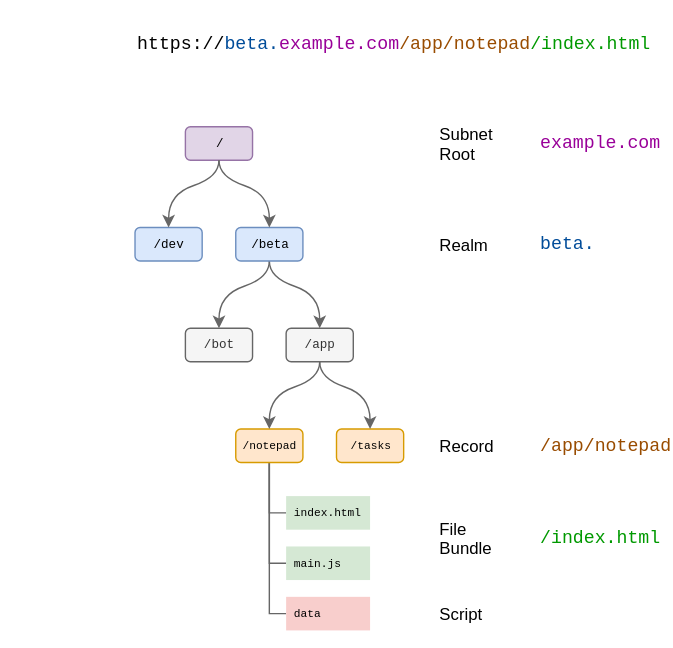
dxos/dxos keeps this draw.io diagram as docs/design/diagrams/dmg-tree.drawio.svg. Above is the earlier version. Source tidied: cells renumbered, new cells last; positions are measured from the earlier drawing's top-left corner, leaving out a move shared by most shapes. The source it was exported from:
```xml
<mxGraphModel>
  <root>
    <mxCell id="0" />
    <mxCell id="1" parent="0" />
    <mxCell id="2" value="/" style="rounded=1;whiteSpace=wrap;html=1;fontFamily=Courier New;fillColor=#e1d5e7;strokeColor=#9673a6;fontSize=9;" parent="1" vertex="1">
      <mxGeometry x="132" y="90" width="48" height="24" as="geometry" />
    </mxCell>
    <mxCell id="3" value="/dev" style="rounded=1;whiteSpace=wrap;html=1;fontFamily=Courier New;fillColor=#dae8fc;strokeColor=#6c8ebf;fontSize=9;" parent="1" vertex="1">
      <mxGeometry x="96" y="162" width="48" height="24" as="geometry" />
    </mxCell>
    <mxCell id="4" style="edgeStyle=none;curved=1;jettySize=auto;html=1;exitX=0.5;exitY=1;exitDx=0;exitDy=0;entryX=0.5;entryY=0;entryDx=0;entryDy=0;fontFamily=Courier New;fontSize=9;fillColor=#f5f5f5;strokeColor=#666666;" parent="1" edge="1" source="6" target="7">
      <mxGeometry relative="1" as="geometry">
        <Array as="points">
          <mxPoint x="192" y="198" />
          <mxPoint x="156" y="210" />
        </Array>
      </mxGeometry>
    </mxCell>
    <mxCell id="5" style="edgeStyle=none;curved=1;jettySize=auto;html=1;exitX=0.5;exitY=1;exitDx=0;exitDy=0;entryX=0.5;entryY=0;entryDx=0;entryDy=0;fontFamily=Courier New;fontSize=9;fillColor=#f5f5f5;strokeColor=#666666;" parent="1" edge="1" source="6" target="8">
      <mxGeometry relative="1" as="geometry">
        <Array as="points">
          <mxPoint x="192" y="198" />
          <mxPoint x="228" y="210" />
        </Array>
      </mxGeometry>
    </mxCell>
    <mxCell id="6" value="/beta" style="rounded=1;whiteSpace=wrap;html=1;fontFamily=Courier New;fillColor=#dae8fc;strokeColor=#6c8ebf;fontSize=9;" parent="1" vertex="1">
      <mxGeometry x="168" y="162" width="48" height="24" as="geometry" />
    </mxCell>
    <mxCell id="7" value="/bot" style="rounded=1;whiteSpace=wrap;html=1;fontFamily=Courier New;fillColor=#f5f5f5;strokeColor=#666666;fontColor=#333333;fontSize=9;" parent="1" vertex="1">
      <mxGeometry x="132" y="234" width="48" height="24" as="geometry" />
    </mxCell>
    <mxCell id="8" value="/app" style="rounded=1;whiteSpace=wrap;html=1;fontFamily=Courier New;fillColor=#f5f5f5;strokeColor=#666666;fontColor=#333333;fontSize=9;" parent="1" vertex="1">
      <mxGeometry x="204" y="234" width="48" height="24" as="geometry" />
    </mxCell>
    <mxCell id="9" style="edgeStyle=orthogonalEdgeStyle;jettySize=auto;html=1;exitX=0.5;exitY=1;exitDx=0;exitDy=0;entryX=0;entryY=0.5;entryDx=0;entryDy=0;fontFamily=Courier New;fontSize=9;rounded=0;endArrow=none;endFill=0;fillColor=#f5f5f5;strokeColor=#666666;" parent="1" edge="1" source="12" target="15">
      <mxGeometry relative="1" as="geometry">
        <Array as="points">
          <mxPoint x="192" y="402" />
        </Array>
      </mxGeometry>
    </mxCell>
    <mxCell id="10" style="edgeStyle=orthogonalEdgeStyle;rounded=0;jettySize=auto;html=1;exitX=0.5;exitY=1;exitDx=0;exitDy=0;entryX=0;entryY=0.5;entryDx=0;entryDy=0;fontFamily=Courier New;fontSize=9;endArrow=none;endFill=0;fillColor=#f5f5f5;strokeColor=#666666;" parent="1" edge="1" source="12" target="14">
      <mxGeometry relative="1" as="geometry">
        <Array as="points">
          <mxPoint x="192" y="366" />
        </Array>
      </mxGeometry>
    </mxCell>
    <mxCell id="11" style="edgeStyle=orthogonalEdgeStyle;rounded=0;jettySize=auto;html=1;exitX=0.5;exitY=1;exitDx=0;exitDy=0;entryX=0;entryY=0.5;entryDx=0;entryDy=0;endArrow=none;endFill=0;fontFamily=Courier New;fontSize=9;fillColor=#f5f5f5;strokeColor=#666666;" parent="1" edge="1" source="12" target="18">
      <mxGeometry relative="1" as="geometry">
        <Array as="points">
          <mxPoint x="192" y="438" />
        </Array>
      </mxGeometry>
    </mxCell>
    <mxCell id="12" value="/notepad" style="rounded=1;whiteSpace=wrap;html=1;fontFamily=Courier New;fillColor=#ffe6cc;strokeColor=#d79b00;fontSize=8;" parent="1" vertex="1">
      <mxGeometry x="168" y="306" width="48" height="24" as="geometry" />
    </mxCell>
    <mxCell id="13" value="/tasks" style="rounded=1;whiteSpace=wrap;html=1;fontFamily=Courier New;fillColor=#ffe6cc;strokeColor=#d79b00;fontSize=8;" parent="1" vertex="1">
      <mxGeometry x="240" y="306" width="48" height="24" as="geometry" />
    </mxCell>
    <mxCell id="14" value="index.html" style="rounded=0;whiteSpace=wrap;html=1;fontFamily=Courier New;fontSize=8;fillColor=#d5e8d4;strokeColor=none;align=left;spacingLeft=4;" parent="1" vertex="1">
      <mxGeometry x="204" y="354" width="60" height="24" as="geometry" />
    </mxCell>
    <mxCell id="15" value="main.js" style="rounded=0;whiteSpace=wrap;html=1;fontFamily=Courier New;fontSize=8;fillColor=#d5e8d4;strokeColor=none;align=left;spacingLeft=4;" parent="1" vertex="1">
      <mxGeometry x="204" y="390" width="60" height="24" as="geometry" />
    </mxCell>
    <mxCell id="16" style="edgeStyle=none;curved=1;orthogonalLoop=1;jettySize=auto;html=1;exitX=0.5;exitY=1;exitDx=0;exitDy=0;entryX=0.5;entryY=0;entryDx=0;entryDy=0;fontFamily=Courier New;fontSize=9;fillColor=#f5f5f5;strokeColor=#666666;" parent="1" edge="1">
      <mxGeometry relative="1" as="geometry">
        <mxPoint x="156" y="114" as="sourcePoint" />
        <mxPoint x="120" y="162" as="targetPoint" />
        <Array as="points">
          <mxPoint x="156" y="126" />
          <mxPoint x="120" y="138" />
        </Array>
      </mxGeometry>
    </mxCell>
    <mxCell id="17" style="edgeStyle=none;curved=1;orthogonalLoop=1;jettySize=auto;html=1;exitX=0.5;exitY=1;exitDx=0;exitDy=0;entryX=0.5;entryY=0;entryDx=0;entryDy=0;fontFamily=Courier New;fontSize=9;fillColor=#f5f5f5;strokeColor=#666666;" parent="1" edge="1">
      <mxGeometry relative="1" as="geometry">
        <mxPoint x="156" y="114" as="sourcePoint" />
        <mxPoint x="192" y="162" as="targetPoint" />
        <Array as="points">
          <mxPoint x="156" y="126" />
          <mxPoint x="192" y="138" />
        </Array>
      </mxGeometry>
    </mxCell>
    <mxCell id="18" value="data" style="rounded=0;whiteSpace=wrap;html=1;fontFamily=Courier New;fontSize=8;fillColor=#f8cecc;strokeColor=none;align=left;spacingLeft=4;" parent="1" vertex="1">
      <mxGeometry x="204" y="426" width="60" height="24" as="geometry" />
    </mxCell>
    <mxCell id="19" style="edgeStyle=none;curved=1;orthogonalLoop=1;jettySize=auto;html=1;exitX=0.5;exitY=1;exitDx=0;exitDy=0;entryX=0.5;entryY=0;entryDx=0;entryDy=0;fontFamily=Courier New;fontSize=9;fillColor=#f5f5f5;strokeColor=#666666;" parent="1" edge="1">
      <mxGeometry relative="1" as="geometry">
        <mxPoint x="228" y="258" as="sourcePoint" />
        <mxPoint x="192" y="306" as="targetPoint" />
        <Array as="points">
          <mxPoint x="228" y="270" />
          <mxPoint x="192" y="282" />
        </Array>
      </mxGeometry>
    </mxCell>
    <mxCell id="20" style="edgeStyle=none;curved=1;orthogonalLoop=1;jettySize=auto;html=1;exitX=0.5;exitY=1;exitDx=0;exitDy=0;entryX=0.5;entryY=0;entryDx=0;entryDy=0;fontFamily=Courier New;fontSize=9;fillColor=#f5f5f5;strokeColor=#666666;" parent="1" edge="1">
      <mxGeometry relative="1" as="geometry">
        <mxPoint x="228" y="258" as="sourcePoint" />
        <mxPoint x="264" y="306" as="targetPoint" />
        <Array as="points">
          <mxPoint x="228" y="270" />
          <mxPoint x="264" y="282" />
        </Array>
      </mxGeometry>
    </mxCell>
    <mxCell id="21" value="Realm" style="rounded=0;whiteSpace=wrap;html=1;fontFamily=Helvetica;fontSize=12;align=left;fillColor=#ffffff;strokeColor=none;" parent="1" vertex="1">
      <mxGeometry x="312" y="150" width="72" height="48" as="geometry" />
    </mxCell>
    <mxCell id="22" value="Record" style="rounded=0;whiteSpace=wrap;html=1;fontFamily=Helvetica;fontSize=12;align=left;fillColor=#ffffff;strokeColor=none;" parent="1" vertex="1">
      <mxGeometry x="312" y="282" width="72" height="72" as="geometry" />
    </mxCell>
    <mxCell id="23" value="File&lt;br&gt;Bundle" style="rounded=0;whiteSpace=wrap;html=1;fontFamily=Helvetica;fontSize=12;align=left;fillColor=#ffffff;strokeColor=none;" parent="1" vertex="1">
      <mxGeometry x="312" y="354" width="72" height="60" as="geometry" />
    </mxCell>
    <mxCell id="24" value="Script" style="rounded=0;whiteSpace=wrap;html=1;fontFamily=Helvetica;fontSize=12;align=left;fillColor=#ffffff;strokeColor=none;" parent="1" vertex="1">
      <mxGeometry x="312" y="414" width="72" height="48" as="geometry" />
    </mxCell>
    <mxCell id="25" value="Subnet&lt;br&gt;Root" style="rounded=0;whiteSpace=wrap;html=1;fontFamily=Helvetica;fontSize=12;align=left;fillColor=#ffffff;strokeColor=none;" parent="1" vertex="1">
      <mxGeometry x="312" y="78" width="72" height="48" as="geometry" />
    </mxCell>
    <mxCell id="26" value="&lt;span style=&quot;color: rgb(153 , 0 , 153) ; font-size: 13px&quot;&gt;example.com&lt;/span&gt;" style="rounded=0;whiteSpace=wrap;html=1;fontFamily=Courier New;fontSize=12;align=left;fillColor=#ffffff;strokeColor=none;" parent="1" vertex="1">
      <mxGeometry x="384" y="78" width="96" height="48" as="geometry" />
    </mxCell>
    <mxCell id="27" value="&lt;span style=&quot;color: rgb(153 , 76 , 0) ; font-size: 13px&quot;&gt;/app&lt;/span&gt;&lt;font style=&quot;color: rgb(153 , 76 , 0) ; font-size: 13px&quot;&gt;/notepad&lt;/font&gt;" style="rounded=0;whiteSpace=wrap;html=1;fontFamily=Courier New;fontSize=12;align=left;fillColor=#ffffff;strokeColor=none;" parent="1" vertex="1">
      <mxGeometry x="384" y="294" width="96" height="48" as="geometry" />
    </mxCell>
    <mxCell id="28" value="&lt;span style=&quot;color: rgb(0 , 153 , 0) ; font-size: 13px&quot;&gt;/index.html&lt;/span&gt;" style="rounded=0;whiteSpace=wrap;html=1;fontFamily=Courier New;fontSize=12;align=left;fillColor=#ffffff;strokeColor=none;" parent="1" vertex="1">
      <mxGeometry x="384" y="360" width="96" height="48" as="geometry" />
    </mxCell>
    <mxCell id="29" value="&lt;span style=&quot;color: rgb(0 , 76 , 153) ; font-size: 13px&quot;&gt;beta.&lt;/span&gt;" style="rounded=0;whiteSpace=wrap;html=1;fontFamily=Courier New;fontSize=12;align=left;fillColor=#ffffff;strokeColor=none;" parent="1" vertex="1">
      <mxGeometry x="384" y="150" width="96" height="48" as="geometry" />
    </mxCell>
    <mxCell id="30" style="rounded=0;whiteSpace=wrap;html=1;strokeColor=none;fillColor=#ffffff;" parent="1" vertex="1">
      <mxGeometry width="96" height="60" as="geometry" />
    </mxCell>
    <mxCell id="31" value="https://&lt;font color=&quot;#004c99&quot; style=&quot;font-size: 13px&quot;&gt;beta.&lt;/font&gt;&lt;font color=&quot;#990099&quot; style=&quot;font-size: 13px&quot;&gt;example.com&lt;/font&gt;&lt;font color=&quot;#994c00&quot;&gt;/app&lt;font style=&quot;font-size: 13px&quot;&gt;/notepad&lt;/font&gt;&lt;/font&gt;&lt;font color=&quot;#009900&quot; style=&quot;font-size: 13px&quot;&gt;/index.html&lt;/font&gt;" style="rounded=0;whiteSpace=wrap;html=1;fontFamily=Courier New;fontSize=13;align=left;fillColor=#ffffff;strokeColor=none;spacingLeft=0;" parent="1" vertex="1">
      <mxGeometry x="96" y="6" width="384" height="48" as="geometry" />
    </mxCell>
  </root>
</mxGraphModel>
```
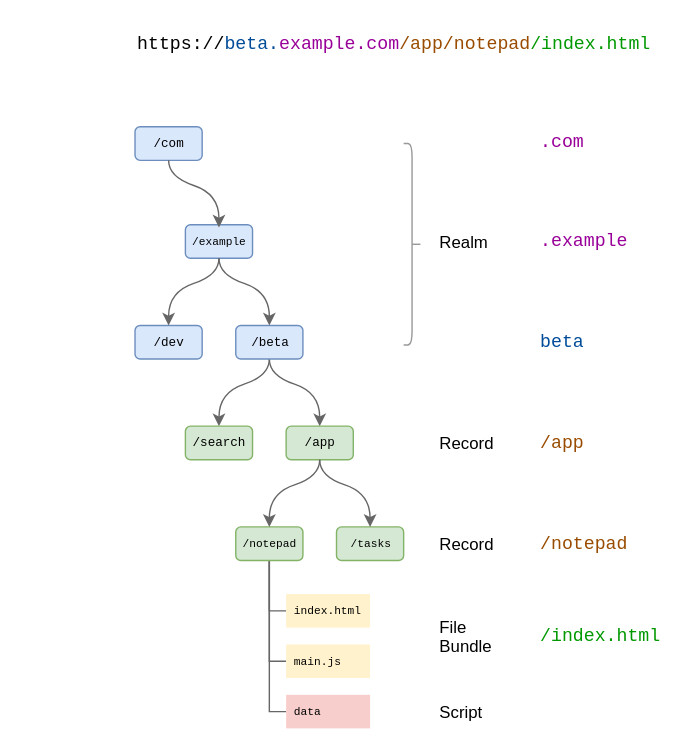
After the change.

What changed in the source:
```diff
@@ -2,7 +2,7 @@
   <root>
     <mxCell id="0" />
     <mxCell id="1" parent="0" />
-    <mxCell id="2" value="/" style="rounded=1;whiteSpace=wrap;html=1;fontFamily=Courier New;fillColor=#e1d5e7;strokeColor=#9673a6;fontSize=9;" parent="1" vertex="1">
+    <mxCell id="2" value="/example" style="rounded=1;whiteSpace=wrap;html=1;fontFamily=Courier New;fillColor=#dae8fc;strokeColor=#6c8ebf;fontSize=8;" parent="1" vertex="1">
       <mxGeometry x="132" y="90" width="48" height="24" as="geometry" />
     </mxCell>
     <mxCell id="3" value="/dev" style="rounded=1;whiteSpace=wrap;html=1;fontFamily=Courier New;fillColor=#dae8fc;strokeColor=#6c8ebf;fontSize=9;" parent="1" vertex="1">
@@ -27,10 +27,10 @@
     <mxCell id="6" value="/beta" style="rounded=1;whiteSpace=wrap;html=1;fontFamily=Courier New;fillColor=#dae8fc;strokeColor=#6c8ebf;fontSize=9;" parent="1" vertex="1">
       <mxGeometry x="168" y="162" width="48" height="24" as="geometry" />
     </mxCell>
-    <mxCell id="7" value="/bot" style="rounded=1;whiteSpace=wrap;html=1;fontFamily=Courier New;fillColor=#f5f5f5;strokeColor=#666666;fontColor=#333333;fontSize=9;" parent="1" vertex="1">
+    <mxCell id="7" value="/search" style="rounded=1;whiteSpace=wrap;html=1;fontFamily=Courier New;fillColor=#d5e8d4;strokeColor=#82b366;fontSize=9;" parent="1" vertex="1">
       <mxGeometry x="132" y="234" width="48" height="24" as="geometry" />
     </mxCell>
-    <mxCell id="8" value="/app" style="rounded=1;whiteSpace=wrap;html=1;fontFamily=Courier New;fillColor=#f5f5f5;strokeColor=#666666;fontColor=#333333;fontSize=9;" parent="1" vertex="1">
+    <mxCell id="8" value="/app" style="rounded=1;whiteSpace=wrap;html=1;fontFamily=Courier New;fillColor=#d5e8d4;strokeColor=#82b366;fontSize=9;" parent="1" vertex="1">
       <mxGeometry x="204" y="234" width="48" height="24" as="geometry" />
     </mxCell>
     <mxCell id="9" style="edgeStyle=orthogonalEdgeStyle;jettySize=auto;html=1;exitX=0.5;exitY=1;exitDx=0;exitDy=0;entryX=0;entryY=0.5;entryDx=0;entryDy=0;fontFamily=Courier New;fontSize=9;rounded=0;endArrow=none;endFill=0;fillColor=#f5f5f5;strokeColor=#666666;" parent="1" edge="1" source="12" target="15">
@@ -54,16 +54,16 @@
         </Array>
       </mxGeometry>
     </mxCell>
-    <mxCell id="12" value="/notepad" style="rounded=1;whiteSpace=wrap;html=1;fontFamily=Courier New;fillColor=#ffe6cc;strokeColor=#d79b00;fontSize=8;" parent="1" vertex="1">
+    <mxCell id="12" value="/notepad" style="rounded=1;whiteSpace=wrap;html=1;fontFamily=Courier New;fillColor=#d5e8d4;strokeColor=#82b366;fontSize=8;" parent="1" vertex="1">
       <mxGeometry x="168" y="306" width="48" height="24" as="geometry" />
     </mxCell>
-    <mxCell id="13" value="/tasks" style="rounded=1;whiteSpace=wrap;html=1;fontFamily=Courier New;fillColor=#ffe6cc;strokeColor=#d79b00;fontSize=8;" parent="1" vertex="1">
+    <mxCell id="13" value="/tasks" style="rounded=1;whiteSpace=wrap;html=1;fontFamily=Courier New;fillColor=#d5e8d4;strokeColor=#82b366;fontSize=8;" parent="1" vertex="1">
       <mxGeometry x="240" y="306" width="48" height="24" as="geometry" />
     </mxCell>
-    <mxCell id="14" value="index.html" style="rounded=0;whiteSpace=wrap;html=1;fontFamily=Courier New;fontSize=8;fillColor=#d5e8d4;strokeColor=none;align=left;spacingLeft=4;" parent="1" vertex="1">
+    <mxCell id="14" value="index.html" style="rounded=0;whiteSpace=wrap;html=1;fontFamily=Courier New;fontSize=8;fillColor=#fff2cc;strokeColor=none;align=left;spacingLeft=4;" parent="1" vertex="1">
       <mxGeometry x="204" y="354" width="60" height="24" as="geometry" />
     </mxCell>
-    <mxCell id="15" value="main.js" style="rounded=0;whiteSpace=wrap;html=1;fontFamily=Courier New;fontSize=8;fillColor=#d5e8d4;strokeColor=none;align=left;spacingLeft=4;" parent="1" vertex="1">
+    <mxCell id="15" value="main.js" style="rounded=0;whiteSpace=wrap;html=1;fontFamily=Courier New;fontSize=8;fillColor=#fff2cc;strokeColor=none;align=left;spacingLeft=4;" parent="1" vertex="1">
       <mxGeometry x="204" y="390" width="60" height="24" as="geometry" />
     </mxCell>
     <mxCell id="16" style="edgeStyle=none;curved=1;orthogonalLoop=1;jettySize=auto;html=1;exitX=0.5;exitY=1;exitDx=0;exitDy=0;entryX=0.5;entryY=0;entryDx=0;entryDy=0;fontFamily=Courier New;fontSize=9;fillColor=#f5f5f5;strokeColor=#666666;" parent="1" edge="1">
@@ -110,7 +110,7 @@
       </mxGeometry>
     </mxCell>
     <mxCell id="21" value="Realm" style="rounded=0;whiteSpace=wrap;html=1;fontFamily=Helvetica;fontSize=12;align=left;fillColor=#ffffff;strokeColor=none;" parent="1" vertex="1">
-      <mxGeometry x="312" y="150" width="72" height="48" as="geometry" />
+      <mxGeometry x="312" y="90.5" width="72" height="24" as="geometry" />
     </mxCell>
     <mxCell id="22" value="Record" style="rounded=0;whiteSpace=wrap;html=1;fontFamily=Helvetica;fontSize=12;align=left;fillColor=#ffffff;strokeColor=none;" parent="1" vertex="1">
       <mxGeometry x="312" y="282" width="72" height="72" as="geometry" />
@@ -121,26 +121,64 @@
     <mxCell id="24" value="Script" style="rounded=0;whiteSpace=wrap;html=1;fontFamily=Helvetica;fontSize=12;align=left;fillColor=#ffffff;strokeColor=none;" parent="1" vertex="1">
       <mxGeometry x="312" y="414" width="72" height="48" as="geometry" />
     </mxCell>
-    <mxCell id="25" value="Subnet&lt;br&gt;Root" style="rounded=0;whiteSpace=wrap;html=1;fontFamily=Helvetica;fontSize=12;align=left;fillColor=#ffffff;strokeColor=none;" parent="1" vertex="1">
-      <mxGeometry x="312" y="78" width="72" height="48" as="geometry" />
-    </mxCell>
-    <mxCell id="26" value="&lt;span style=&quot;color: rgb(153 , 0 , 153) ; font-size: 13px&quot;&gt;example.com&lt;/span&gt;" style="rounded=0;whiteSpace=wrap;html=1;fontFamily=Courier New;fontSize=12;align=left;fillColor=#ffffff;strokeColor=none;" parent="1" vertex="1">
+    <mxCell id="26" value="&lt;span style=&quot;color: rgb(153 , 0 , 153) ; font-size: 13px&quot;&gt;.example&lt;/span&gt;" style="rounded=0;whiteSpace=wrap;html=1;fontFamily=Courier New;fontSize=12;align=left;fillColor=#ffffff;strokeColor=none;" parent="1" vertex="1">
       <mxGeometry x="384" y="78" width="96" height="48" as="geometry" />
     </mxCell>
-    <mxCell id="27" value="&lt;span style=&quot;color: rgb(153 , 76 , 0) ; font-size: 13px&quot;&gt;/app&lt;/span&gt;&lt;font style=&quot;color: rgb(153 , 76 , 0) ; font-size: 13px&quot;&gt;/notepad&lt;/font&gt;" style="rounded=0;whiteSpace=wrap;html=1;fontFamily=Courier New;fontSize=12;align=left;fillColor=#ffffff;strokeColor=none;" parent="1" vertex="1">
+    <mxCell id="27" value="&lt;font style=&quot;color: rgb(153 , 76 , 0) ; font-size: 13px&quot;&gt;/notepad&lt;/font&gt;" style="rounded=0;whiteSpace=wrap;html=1;fontFamily=Courier New;fontSize=12;align=left;fillColor=#ffffff;strokeColor=none;" parent="1" vertex="1">
       <mxGeometry x="384" y="294" width="96" height="48" as="geometry" />
     </mxCell>
     <mxCell id="28" value="&lt;span style=&quot;color: rgb(0 , 153 , 0) ; font-size: 13px&quot;&gt;/index.html&lt;/span&gt;" style="rounded=0;whiteSpace=wrap;html=1;fontFamily=Courier New;fontSize=12;align=left;fillColor=#ffffff;strokeColor=none;" parent="1" vertex="1">
       <mxGeometry x="384" y="360" width="96" height="48" as="geometry" />
     </mxCell>
-    <mxCell id="29" value="&lt;span style=&quot;color: rgb(0 , 76 , 153) ; font-size: 13px&quot;&gt;beta.&lt;/span&gt;" style="rounded=0;whiteSpace=wrap;html=1;fontFamily=Courier New;fontSize=12;align=left;fillColor=#ffffff;strokeColor=none;" parent="1" vertex="1">
+    <mxCell id="29" value="&lt;span style=&quot;color: rgb(0 , 76 , 153) ; font-size: 13px&quot;&gt;beta&lt;/span&gt;" style="rounded=0;whiteSpace=wrap;html=1;fontFamily=Courier New;fontSize=12;align=left;fillColor=#ffffff;strokeColor=none;" parent="1" vertex="1">
       <mxGeometry x="384" y="150" width="96" height="48" as="geometry" />
     </mxCell>
     <mxCell id="30" style="rounded=0;whiteSpace=wrap;html=1;strokeColor=none;fillColor=#ffffff;" parent="1" vertex="1">
-      <mxGeometry width="96" height="60" as="geometry" />
+      <mxGeometry y="-70" width="96" height="60" as="geometry" />
     </mxCell>
     <mxCell id="31" value="https://&lt;font color=&quot;#004c99&quot; style=&quot;font-size: 13px&quot;&gt;beta.&lt;/font&gt;&lt;font color=&quot;#990099&quot; style=&quot;font-size: 13px&quot;&gt;example.com&lt;/font&gt;&lt;font color=&quot;#994c00&quot;&gt;/app&lt;font style=&quot;font-size: 13px&quot;&gt;/notepad&lt;/font&gt;&lt;/font&gt;&lt;font color=&quot;#009900&quot; style=&quot;font-size: 13px&quot;&gt;/index.html&lt;/font&gt;" style="rounded=0;whiteSpace=wrap;html=1;fontFamily=Courier New;fontSize=13;align=left;fillColor=#ffffff;strokeColor=none;spacingLeft=0;" parent="1" vertex="1">
-      <mxGeometry x="96" y="6" width="384" height="48" as="geometry" />
+      <mxGeometry x="96" y="-64" width="384" height="48" as="geometry" />
     </mxCell>
+    <mxCell id="32" value="Record" style="rounded=0;whiteSpace=wrap;html=1;fontFamily=Helvetica;fontSize=12;align=left;fillColor=#ffffff;strokeColor=none;" parent="1" vertex="1">
+      <mxGeometry x="312" y="210" width="72" height="72" as="geometry" />
+    </mxCell>
+    <mxCell id="33" value="&lt;span style=&quot;color: rgb(153 , 76 , 0) ; font-size: 13px&quot;&gt;/app&lt;/span&gt;" style="rounded=0;whiteSpace=wrap;html=1;fontFamily=Courier New;fontSize=12;align=left;fillColor=#ffffff;strokeColor=none;" parent="1" vertex="1">
+      <mxGeometry x="384" y="222" width="96" height="48" as="geometry" />
+    </mxCell>
+    <mxCell id="34" value="/com" style="rounded=1;whiteSpace=wrap;html=1;fontFamily=Courier New;fillColor=#dae8fc;strokeColor=#6c8ebf;fontSize=9;" parent="1" vertex="1">
+      <mxGeometry x="96" y="20" width="48" height="24" as="geometry" />
+    </mxCell>
+    <mxCell id="35" style="edgeStyle=none;curved=1;orthogonalLoop=1;jettySize=auto;html=1;exitX=0.5;exitY=1;exitDx=0;exitDy=0;entryX=0.5;entryY=0;entryDx=0;entryDy=0;fontFamily=Courier New;fontSize=9;fillColor=#f5f5f5;strokeColor=#666666;" parent="1" edge="1">
+      <mxGeometry relative="1" as="geometry">
+        <mxPoint x="120" y="44" as="sourcePoint" />
+        <mxPoint x="156" y="92" as="targetPoint" />
+        <Array as="points">
+          <mxPoint x="120" y="56" />
+          <mxPoint x="156" y="68" />
+        </Array>
+      </mxGeometry>
+    </mxCell>
+    <mxCell id="36" value="&lt;span style=&quot;color: rgb(153 , 0 , 153) ; font-size: 13px&quot;&gt;.com&lt;/span&gt;" style="rounded=0;whiteSpace=wrap;html=1;fontFamily=Courier New;fontSize=12;align=left;fillColor=#ffffff;strokeColor=none;" parent="1" vertex="1">
+      <mxGeometry x="384" y="7" width="96" height="48" as="geometry" />
+    </mxCell>
+    <mxCell id="37" style="group;" parent="1" vertex="1">
+      <mxGeometry x="294" y="32" width="6" height="144" as="geometry" />
+    </mxCell>
+    <mxCell id="38" style="endArrow=none;html=1;fontSize=8;strokeColor=#999999;" parent="37" edge="1">
+      <mxGeometry relative="1" as="geometry">
+        <mxPoint x="-6" y="144" as="sourcePoint" />
+        <mxPoint x="-6" as="targetPoint" />
+        <Array as="points">
+          <mxPoint y="144" />
+          <mxPoint />
+        </Array>
+      </mxGeometry>
+    </mxCell>
+    <mxCell id="39" style="endArrow=none;html=1;fontSize=8;fillColor=#f5f5f5;strokeColor=#999999;" parent="37" edge="1">
+      <mxGeometry relative="1" as="geometry">
+        <mxPoint y="72" as="sourcePoint" />
+        <mxPoint x="6" y="72" as="targetPoint" />
+      </mxGeometry>
+    </mxCell>
   </root>
 </mxGraphModel>
```
